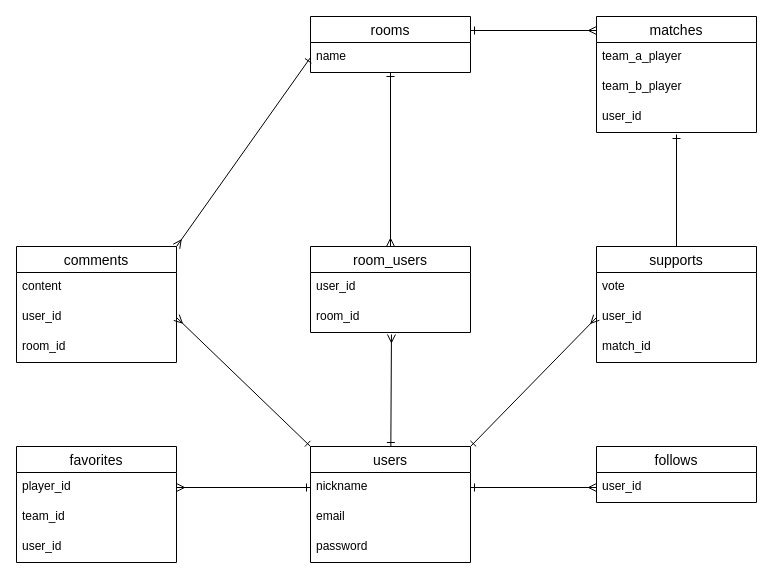
Before: NJPW_chat.dio in yutasato21/NJPW_chat, a draw.io diagram. Source tidied: cells renumbered, new cells numbered last; positions are measured from the earlier drawing's top-left corner, leaving out a move shared by most shapes. Both pictures are drawn from the tidied source at 100%, with x=0, y=0 at pixel (16, 16).
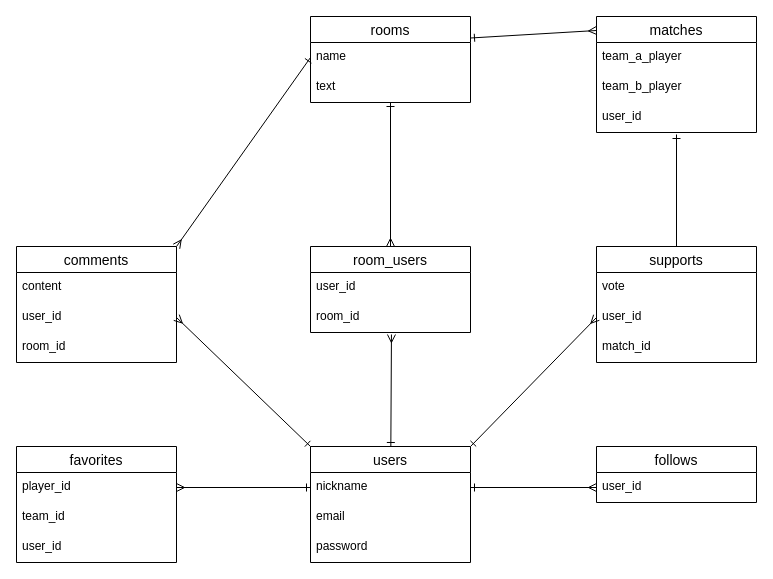
Above is the later version.

The edit, as a diff of the source:
```diff
@@
     <mxCell id="8" value="rooms" style="swimlane;fontStyle=0;horizontal=1;startSize=26;align=center;fontSize=14;" parent="1" vertex="1">
-      <mxGeometry x="294" width="160" height="56" as="geometry" />
+      <mxGeometry x="294" width="160" height="86" as="geometry" />
     </mxCell>
@@
+    <mxCell id="38" value="text" style="text;strokeColor=none;fillColor=none;spacingLeft=4;spacingRight=4;overflow=hidden;fontSize=12;" parent="8" vertex="1">
+      <mxGeometry y="56" width="160" height="30" as="geometry" />
+    </mxCell>
```
